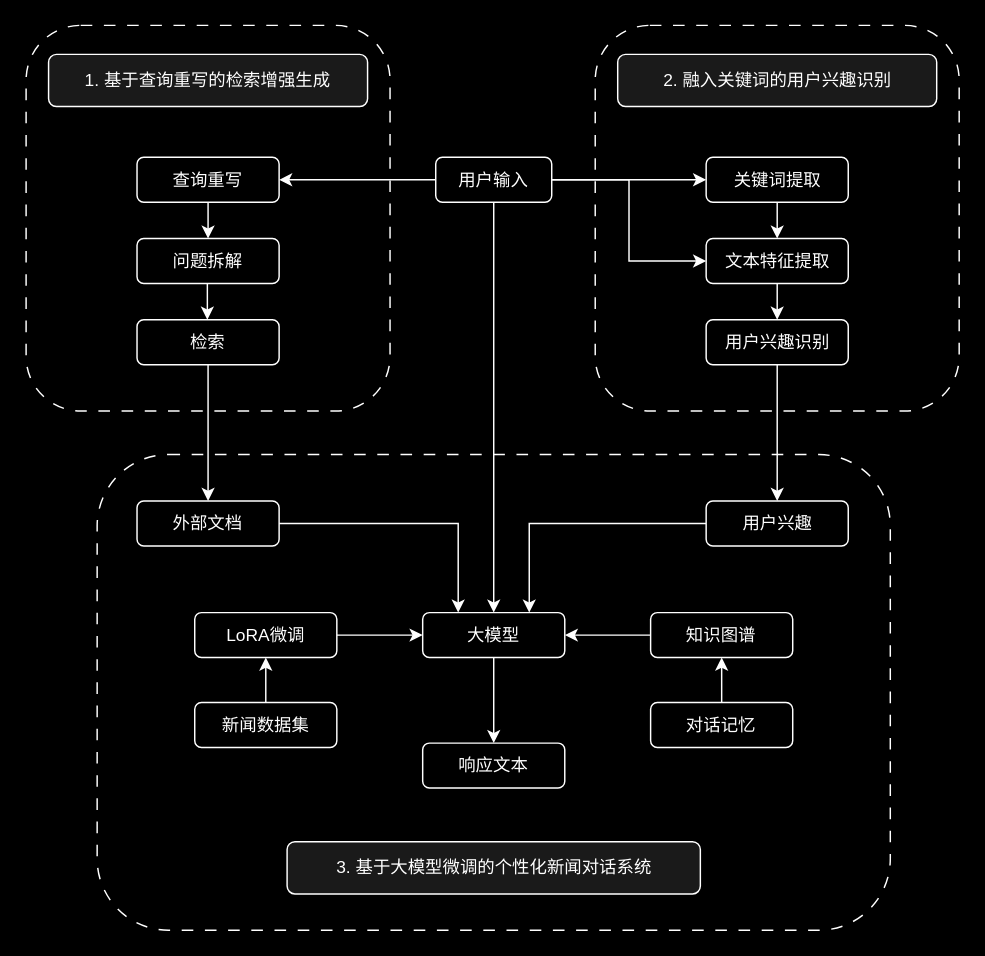
The draw.io diagram 开题/技术路线总框架.drawio in nekomiamia/Draw.io, before the edit. Source tidied: cells renumbered, new cells numbered last; positions are measured from the earlier drawing's top-left corner, leaving out a move shared by most shapes. Both pictures are drawn from the tidied source at 145%, with x=0, y=0 at pixel (26, 25).
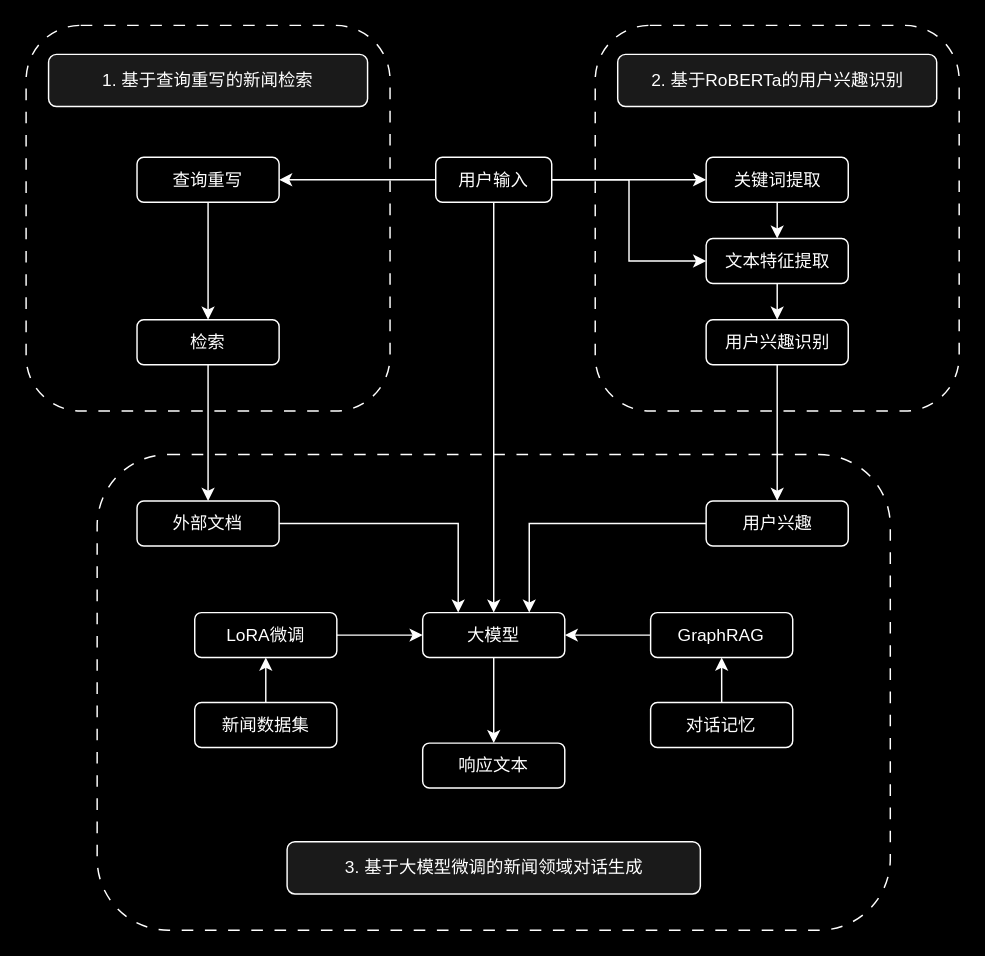
Above is the later version.

Commit message:
更新技术路线总框架.drawio

Unchanged cells that the change refers to:
```xml
<mxCell id="5" value="&lt;font face=&quot;宋体&quot; color=&quot;#ffffff&quot;&gt;查询重写&lt;/font&gt;" style="rounded=1;whiteSpace=wrap;html=1;fillColor=#000000;strokeColor=#FFFFFF;" parent="1" vertex="1">
  <mxGeometry x="76" y="91" width="98" height="31" as="geometry" />
</mxCell>
<mxCell id="8" value="&lt;font face=&quot;宋体&quot; color=&quot;#ffffff&quot;&gt;检索&lt;/font&gt;" style="rounded=1;whiteSpace=wrap;html=1;fillColor=#000000;strokeColor=#FFFFFF;" parent="1" vertex="1">
  <mxGeometry x="76" y="203" width="98" height="31" as="geometry" />
</mxCell>
```

Diff of the diagram source:
```diff
@@
-    <mxCell id="4" style="edgeStyle=orthogonalEdgeStyle;rounded=0;jettySize=auto;html=1;exitX=0.5;exitY=1;exitDx=0;exitDy=0;entryX=0.5;entryY=0;entryDx=0;entryDy=0;strokeColor=#FFFFFF;" parent="1" edge="1" source="5" target="6">
-      <mxGeometry relative="1" as="geometry" />
-    </mxCell>
+    <mxCell id="40" style="edgeStyle=orthogonalEdgeStyle;rounded=0;jettySize=auto;html=1;entryX=0.5;entryY=0;entryDx=0;entryDy=0;strokeColor=#FFFFFF;" parent="1" edge="1" source="5" target="8">
+      <mxGeometry relative="1" as="geometry" />
+    </mxCell>
@@
-    <mxCell id="6" value="&lt;font face=&quot;宋体&quot; color=&quot;#ffffff&quot;&gt;问题拆解&lt;/font&gt;" style="rounded=1;whiteSpace=wrap;html=1;fillColor=#000000;strokeColor=#FFFFFF;" parent="1" vertex="1">
-      <mxGeometry x="76" y="147" width="98" height="31" as="geometry" />
-    </mxCell>
@@
-    <mxCell id="9" style="edgeStyle=orthogonalEdgeStyle;rounded=0;orthogonalLoop=1;jettySize=auto;html=1;exitX=0.5;exitY=1;exitDx=0;exitDy=0;entryX=0.5;entryY=0;entryDx=0;entryDy=0;strokeColor=#FFFFFF;" parent="1" edge="1">
-      <mxGeometry relative="1" as="geometry">
-        <mxPoint x="124.5" y="178" as="sourcePoint" />
-        <mxPoint x="124.5" y="203" as="targetPoint" />
-      </mxGeometry>
-    </mxCell>
-    <mxCell id="10" value="&lt;font face=&quot;宋体&quot; color=&quot;#ffffff&quot;&gt;1. 基于查询重写的检索增强生成&lt;/font&gt;" style="rounded=1;whiteSpace=wrap;html=1;fillColor=#1A1A1A;strokeColor=#FFFFFF;" parent="1" vertex="1">
+    <mxCell id="10" value="&lt;font face=&quot;宋体&quot; color=&quot;#ffffff&quot;&gt;1. 基于查询重写的新闻检索&lt;/font&gt;" style="rounded=1;whiteSpace=wrap;html=1;fillColor=#1A1A1A;strokeColor=#FFFFFF;" parent="1" vertex="1">
       <mxGeometry x="15" y="20" width="220" height="36" as="geometry" />
     </mxCell>
@@
-    <mxCell id="18" value="&lt;font face=&quot;宋体&quot; color=&quot;#ffffff&quot;&gt;2. 融入关键词的用户兴趣识别&lt;/font&gt;" style="rounded=1;whiteSpace=wrap;html=1;fillColor=#1A1A1A;strokeColor=#FFFFFF;align=center;verticalAlign=middle;fontFamily=Helvetica;fontSize=12;fontColor=default;" parent="1" vertex="1">
+    <mxCell id="18" value="&lt;font face=&quot;宋体&quot; color=&quot;#ffffff&quot;&gt;2. 基于RoBERTa的用户兴趣识别&lt;/font&gt;" style="rounded=1;whiteSpace=wrap;html=1;fillColor=#1A1A1A;strokeColor=#FFFFFF;align=center;verticalAlign=middle;fontFamily=Helvetica;fontSize=12;fontColor=default;" parent="1" vertex="1">
       <mxGeometry x="407.5" y="20" width="220" height="36" as="geometry" />
     </mxCell>
@@
-    <mxCell id="26" value="&lt;font face=&quot;宋体&quot; color=&quot;#ffffff&quot;&gt;3. 基于大模型微调的个性化新闻对话系统&lt;/font&gt;" style="rounded=1;whiteSpace=wrap;html=1;fillColor=#1A1A1A;strokeColor=#FFFFFF;" parent="1" vertex="1">
+    <mxCell id="26" value="&lt;font face=&quot;宋体&quot; color=&quot;#ffffff&quot;&gt;3. 基于大模型微调的新闻领域对话生成&lt;/font&gt;" style="rounded=1;whiteSpace=wrap;html=1;fillColor=#1A1A1A;strokeColor=#FFFFFF;" parent="1" vertex="1">
       <mxGeometry x="179.5" y="563" width="285" height="36" as="geometry" />
     </mxCell>
@@
-    <mxCell id="37" value="&lt;font face=&quot;宋体&quot; color=&quot;#ffffff&quot;&gt;知识图谱&lt;/font&gt;" style="rounded=1;whiteSpace=wrap;html=1;fillColor=#000000;strokeColor=#FFFFFF;" parent="1" vertex="1">
+    <mxCell id="37" value="&lt;font face=&quot;宋体&quot; color=&quot;#ffffff&quot;&gt;GraphRAG&lt;/font&gt;" style="rounded=1;whiteSpace=wrap;html=1;fillColor=#000000;strokeColor=#FFFFFF;" parent="1" vertex="1">
       <mxGeometry x="430.2" y="405" width="98" height="31" as="geometry" />
     </mxCell>
```
